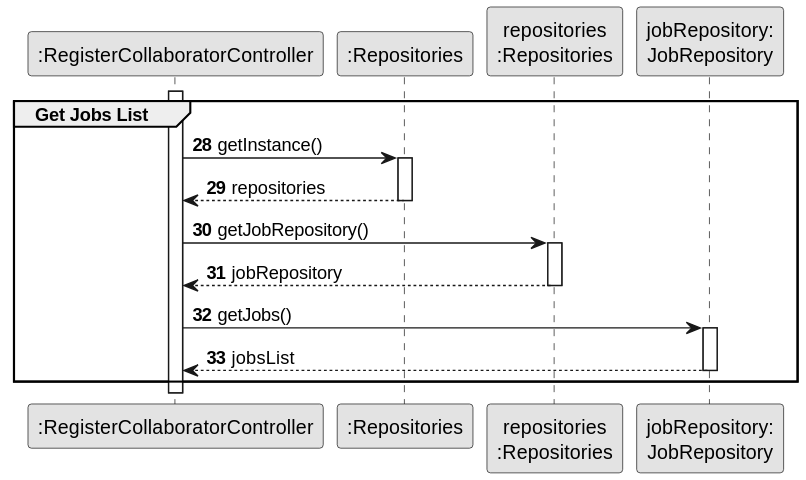
ricardomm7/leaflink keeps this PlantUML diagram as docs/sprintB/us003/03.design/svg/us003-sequence-diagram-partial-get-job-list.svg. Above is the earlier version.
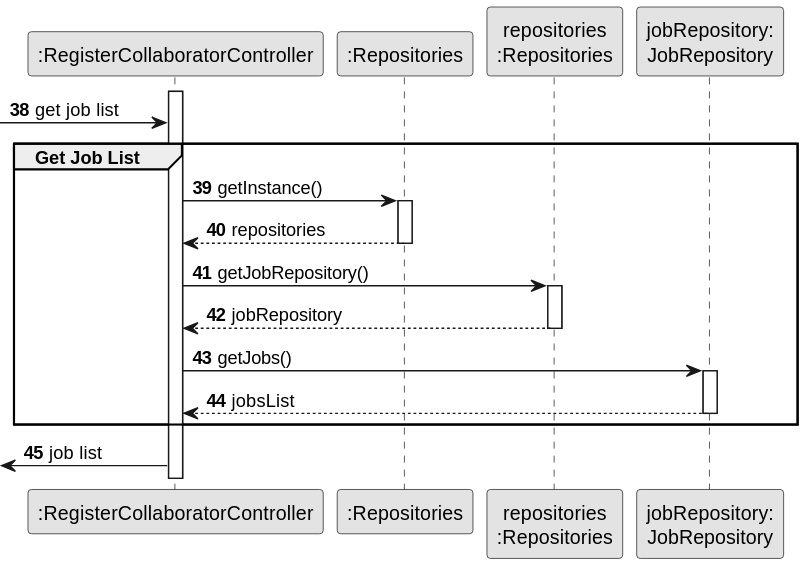
The same diagram one commit later.

The edit, as a diff of the source:
```diff
@@ -2,17 +2,18 @@
 skinparam monochrome true
 skinparam packageStyle rectangle
 skinparam shadowing false
-
-autonumber 28
 
 participant ":RegisterCollaboratorController" as CTRL
 participant ":Repositories" as GlobRepo
 participant "repositories\n:Repositories" as PLAT
 participant "jobRepository:\nJobRepository" as jobRepository
 
-group Get Jobs List
+autonumber 38
+activate CTRL
 
-activate CTRL
+-> CTRL: get job list
+group Get Job List
+
 CTRL -> GlobRepo : getInstance()
 activate GlobRepo
 GlobRepo --> CTRL : repositories
@@ -25,5 +26,7 @@
 activate jobRepository
 jobRepository --> CTRL : jobsList
 deactivate jobRepository
+
 end
+<- CTRL: job list
 @enduml
```
